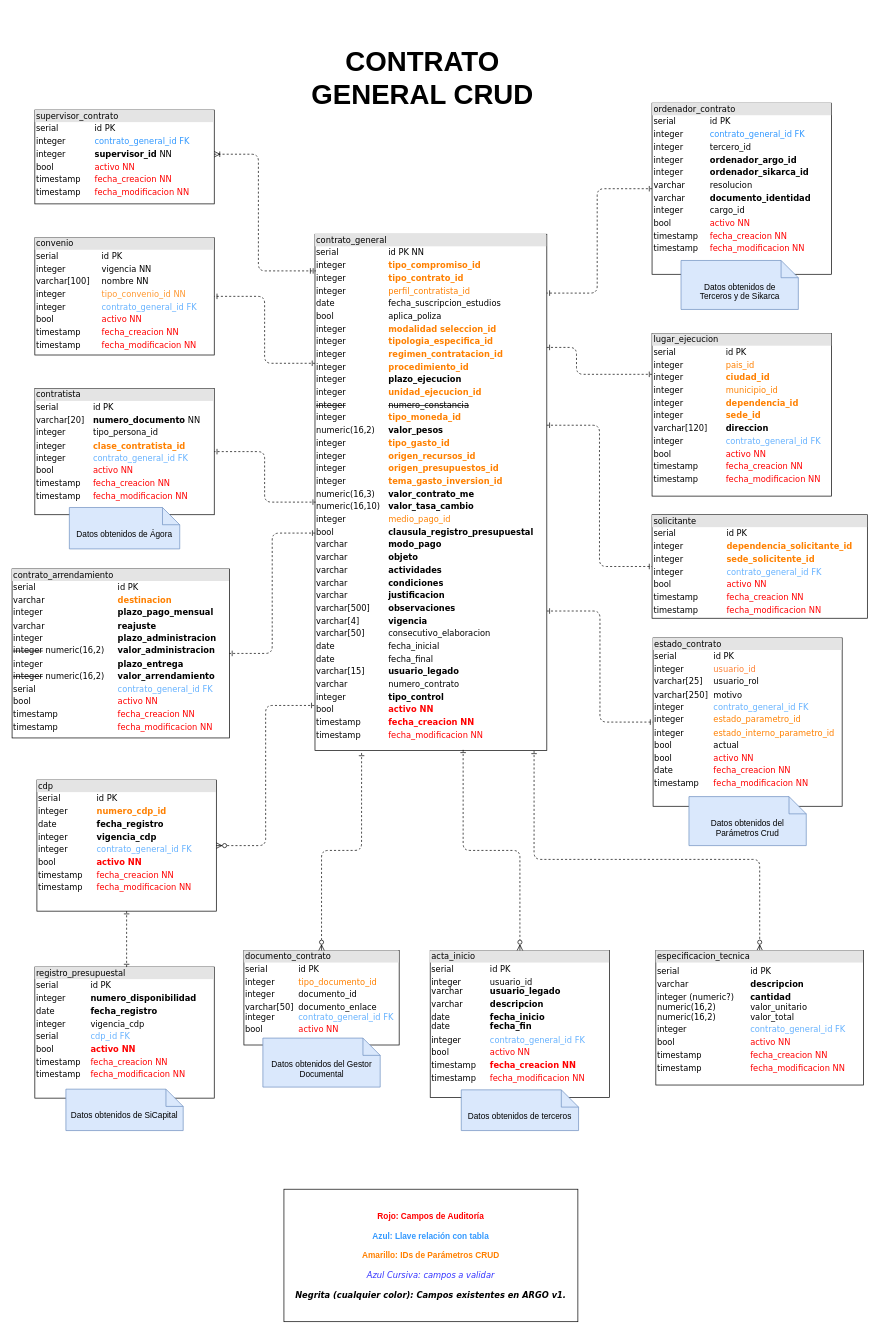
This is modelo-database/modelo-datos-core-argo.drawio from udistrital/gestion_contractual_compras_contrato_crud, a draw.io file, before an edit. Source tidied: cells renumbered, new cells numbered last; positions are measured from the earlier drawing's top-left corner, leaving out a move shared by most shapes. Both pictures are drawn from the tidied source at 69%, with x=0, y=0 at pixel (12, 26).
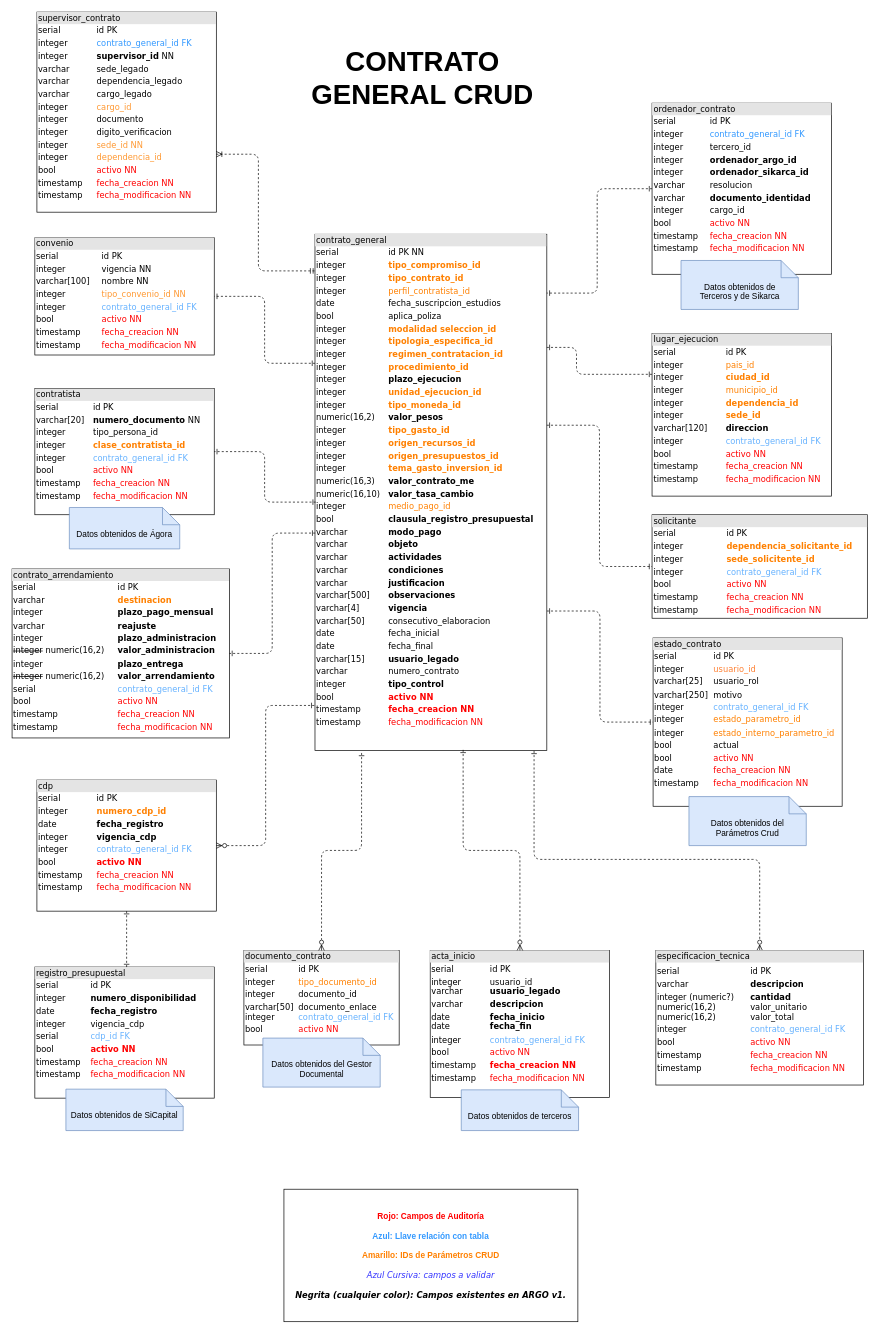
The same diagram, later.

Change to the diagram source:
```diff
@@
-    <mxCell id="4" value="&lt;div style=&quot;box-sizing: border-box ; width: 100% ; background: #e4e4e4 ; padding: 2px&quot;&gt;contrato_general&lt;/div&gt;&lt;table style=&quot;width: 100% ; font-size: 1em&quot; cellpadding=&quot;2&quot; cellspacing=&quot;0&quot;&gt;&lt;tbody&gt;&lt;tr&gt;&lt;td&gt;serial&lt;/td&gt;&lt;td&gt;id PK NN&lt;/td&gt;&lt;/tr&gt;&lt;tr&gt;&lt;td&gt;integer&lt;br&gt;&lt;/td&gt;&lt;td&gt;&lt;font color=&quot;#ff8000&quot;&gt;&lt;b&gt;tipo_compromiso_id&lt;/b&gt;&lt;/font&gt;&lt;/td&gt;&lt;/tr&gt;&lt;tr&gt;&lt;td&gt;integer&lt;br&gt;&lt;/td&gt;&lt;td&gt;&lt;font color=&quot;#ff8000&quot;&gt;&lt;b&gt;tipo_contrato_id&lt;/b&gt;&lt;/font&gt;&lt;/td&gt;&lt;/tr&gt;&lt;tr&gt;&lt;td&gt;integer&lt;br&gt;&lt;/td&gt;&lt;td&gt;&lt;font color=&quot;#ff8000&quot;&gt;perfil_contratista_id&lt;br&gt;&lt;/font&gt;&lt;/td&gt;&lt;/tr&gt;&lt;tr&gt;&lt;td&gt;date&lt;br&gt;&lt;/td&gt;&lt;td&gt;fecha_suscripcion_estudios&amp;nbsp;&lt;br&gt;&lt;/td&gt;&lt;/tr&gt;&lt;tr&gt;&lt;td&gt;bool&lt;br&gt;&lt;/td&gt;&lt;td&gt;aplica_poliza&lt;br&gt;&lt;/td&gt;&lt;/tr&gt;&lt;tr&gt;&lt;td&gt;integer&lt;br&gt;&lt;/td&gt;&lt;td&gt;&lt;font color=&quot;#ff8000&quot;&gt;&lt;b&gt;modalidad seleccion_id&lt;/b&gt;&lt;/font&gt;&lt;/td&gt;&lt;/tr&gt;&lt;tr&gt;&lt;td&gt;integer&lt;br&gt;&lt;/td&gt;&lt;td&gt;&lt;font color=&quot;#ff8000&quot;&gt;&lt;b&gt;tipologia_especifica_id&lt;/b&gt;&lt;/font&gt;&lt;/td&gt;&lt;/tr&gt;&lt;tr&gt;&lt;td&gt;integer&lt;br&gt;&lt;/td&gt;&lt;td&gt;&lt;font color=&quot;#ff8000&quot;&gt;&lt;b&gt;regimen_contratacion_id&lt;/b&gt;&lt;br&gt;&lt;/font&gt;&lt;/td&gt;&lt;/tr&gt;&lt;tr&gt;&lt;td&gt;integer&lt;br&gt;&lt;/td&gt;&lt;td&gt;&lt;font color=&quot;#ff8000&quot;&gt;&lt;b&gt;procedimiento_id&lt;/b&gt;&lt;/font&gt;&lt;/td&gt;&lt;/tr&gt;&lt;tr&gt;&lt;td&gt;integer&lt;br&gt;&lt;/td&gt;&lt;td&gt;&lt;b&gt;plazo_ejecucion&lt;/b&gt;&lt;br&gt;&lt;/td&gt;&lt;/tr&gt;&lt;tr&gt;&lt;td&gt;integer&lt;/td&gt;&lt;td&gt;&lt;font color=&quot;#ff8000&quot;&gt;&lt;b&gt;unidad_ejecucion_id&lt;/b&gt;&lt;br&gt;&lt;/font&gt;&lt;/td&gt;&lt;/tr&gt;&lt;tr&gt;&lt;td&gt;&lt;strike&gt;integer&lt;/strike&gt;&lt;/td&gt;&lt;td&gt;&lt;strike&gt;numero_constancia&lt;/strike&gt;&lt;br&gt;&lt;/td&gt;&lt;/tr&gt;&lt;tr&gt;&lt;td&gt;integer&lt;/td&gt;&lt;td&gt;&lt;span style=&quot;color: rgb(255, 128, 0);&quot;&gt;&lt;b&gt;tipo_moneda_id&lt;/b&gt;&lt;/span&gt;&lt;br&gt;&lt;/td&gt;&lt;/tr&gt;&lt;tr&gt;&lt;td&gt;numeric(16,2)&lt;br&gt;&lt;/td&gt;&lt;td&gt;&lt;b&gt;valor_pesos&lt;/b&gt;&lt;font color=&quot;#ff8000&quot;&gt;&lt;br&gt;&lt;/font&gt;&lt;/td&gt;&lt;/tr&gt;&lt;tr&gt;&lt;td&gt;integer&lt;br&gt;&lt;/td&gt;&lt;td&gt;&lt;span style=&quot;color: rgb(255, 128, 0);&quot;&gt;&lt;b&gt;tipo_gasto_id&lt;/b&gt;&lt;/span&gt;&lt;br&gt;&lt;/td&gt;&lt;/tr&gt;&lt;tr&gt;&lt;td&gt;integer&lt;br&gt;&lt;/td&gt;&lt;td&gt;&lt;span style=&quot;color: rgb(255, 128, 0);&quot;&gt;&lt;b&gt;origen_recursos_id&lt;/b&gt;&lt;/span&gt;&lt;font color=&quot;#ff8000&quot;&gt;&lt;br style=&quot;&quot;&gt;&lt;/font&gt;&lt;/td&gt;&lt;/tr&gt;&lt;tr&gt;&lt;td&gt;integer&lt;br&gt;&lt;/td&gt;&lt;td&gt;&lt;span style=&quot;color: rgb(255, 128, 0);&quot;&gt;&lt;b&gt;origen_presupuestos_id&lt;/b&gt;&lt;/span&gt;&lt;font color=&quot;#ff8000&quot;&gt;&lt;br style=&quot;&quot;&gt;&lt;/font&gt;&lt;/td&gt;&lt;/tr&gt;&lt;tr&gt;&lt;td&gt;integer&lt;br&gt;&lt;/td&gt;&lt;td&gt;&lt;span style=&quot;color: rgb(255, 128, 0);&quot;&gt;&lt;b&gt;tema_gasto_inversion_id&lt;/b&gt;&lt;/span&gt;&lt;font color=&quot;#ff8000&quot;&gt;&lt;br style=&quot;&quot;&gt;&lt;/font&gt;&lt;/td&gt;&lt;/tr&gt;&lt;tr&gt;&lt;td&gt;numeric(16,3)&lt;br&gt;&lt;/td&gt;&lt;td&gt;&lt;b&gt;valor_contrato_me&lt;/b&gt;&lt;font color=&quot;#ff8000&quot;&gt;&lt;br style=&quot;&quot;&gt;&lt;/font&gt;&lt;/td&gt;&lt;/tr&gt;&lt;tr&gt;&lt;td&gt;numeric(16,10)&lt;br&gt;&lt;/td&gt;&lt;td&gt;&lt;b&gt;valor_tasa_cambio&lt;/b&gt;&lt;br&gt;&lt;/td&gt;&lt;/tr&gt;&lt;tr&gt;&lt;td&gt;integer&lt;br&gt;&lt;/td&gt;&lt;td&gt;&lt;span style=&quot;color: rgb(255, 128, 0);&quot;&gt;medio_pago_id&lt;/span&gt;&lt;br&gt;&lt;/td&gt;&lt;/tr&gt;&lt;tr&gt;&lt;td&gt;bool&lt;br&gt;&lt;/td&gt;&lt;td&gt;&lt;b&gt;clausula_registro_presupuestal&lt;/b&gt;&lt;br&gt;&lt;/td&gt;&lt;/tr&gt;&lt;tr&gt;&lt;td&gt;varchar&lt;br&gt;&lt;/td&gt;&lt;td&gt;&lt;b&gt;modo_pago&lt;/b&gt;&lt;br&gt;&lt;/td&gt;&lt;/tr&gt;&lt;tr&gt;&lt;td&gt;varchar&lt;br&gt;&lt;/td&gt;&lt;td&gt;&lt;b&gt;objeto&lt;/b&gt;&lt;br&gt;&lt;/td&gt;&lt;/tr&gt;&lt;tr&gt;&lt;td&gt;varchar&lt;br&gt;&lt;/td&gt;&lt;td&gt;&lt;b&gt;actividades&lt;/b&gt;&lt;br&gt;&lt;/td&gt;&lt;/tr&gt;&lt;tr&gt;&lt;td&gt;varchar&lt;br&gt;&lt;/td&gt;&lt;td&gt;&lt;b&gt;condiciones&lt;/b&gt;&lt;br&gt;&lt;/td&gt;&lt;/tr&gt;&lt;tr&gt;&lt;td&gt;varchar&lt;br&gt;&lt;/td&gt;&lt;td&gt;&lt;b&gt;justificacion&lt;/b&gt;&lt;br&gt;&lt;/td&gt;&lt;/tr&gt;&lt;tr&gt;&lt;td&gt;varchar[500]&lt;br&gt;&lt;/td&gt;&lt;td&gt;&lt;b&gt;observaciones&lt;/b&gt;&lt;br&gt;&lt;/td&gt;&lt;/tr&gt;&lt;tr&gt;&lt;td&gt;varchar[4]&lt;br&gt;&lt;/td&gt;&lt;td&gt;&lt;b&gt;vigencia&lt;/b&gt;&lt;br&gt;&lt;/td&gt;&lt;/tr&gt;&lt;tr&gt;&lt;td&gt;varchar[50]&lt;br&gt;&lt;/td&gt;&lt;td&gt;consecutivo_elaboracion&lt;br&gt;&lt;/td&gt;&lt;/tr&gt;&lt;tr&gt;&lt;td&gt;date&lt;/td&gt;&lt;td&gt;fecha_inicial&lt;br&gt;&lt;/td&gt;&lt;/tr&gt;&lt;tr&gt;&lt;td&gt;date&lt;br&gt;&lt;/td&gt;&lt;td&gt;fecha_final&lt;br&gt;&lt;/td&gt;&lt;/tr&gt;&lt;tr&gt;&lt;td&gt;varchar[15]&lt;br&gt;&lt;/td&gt;&lt;td&gt;&lt;b&gt;usuario_legado&lt;/b&gt;&lt;br&gt;&lt;/td&gt;&lt;/tr&gt;&lt;tr&gt;&lt;td&gt;varchar&lt;/td&gt;&lt;td&gt;numero_contrato&lt;/td&gt;&lt;/tr&gt;&lt;tr&gt;&lt;td&gt;integer&lt;/td&gt;&lt;td&gt;&lt;b style=&quot;&quot;&gt;tipo_control&lt;/b&gt;&lt;/td&gt;&lt;/tr&gt;&lt;tr&gt;&lt;td&gt;bool&lt;br&gt;&lt;/td&gt;&lt;td&gt;&lt;b&gt;&lt;span style=&quot;color: rgb(255, 0, 0);&quot;&gt;activo NN&lt;/span&gt;&lt;br&gt;&lt;/b&gt;&lt;/td&gt;&lt;/tr&gt;&lt;tr&gt;&lt;td&gt;timestamp&lt;br&gt;&lt;/td&gt;&lt;td&gt;&lt;b&gt;&lt;span style=&quot;color: rgb(255, 0, 0);&quot;&gt;fecha_creacion NN&lt;/span&gt;&lt;br style=&quot;color: rgb(255, 0, 0);&quot;&gt;&lt;/b&gt;&lt;/td&gt;&lt;/tr&gt;&lt;tr&gt;&lt;td&gt;timestamp&lt;br&gt;&lt;/td&gt;&lt;td&gt;&lt;span style=&quot;color: rgb(255, 0, 0);&quot;&gt;fecha_modificacion NN&lt;/span&gt;&lt;br style=&quot;color: rgb(255, 0, 0);&quot;&gt;&lt;/td&gt;&lt;/tr&gt;&lt;tr&gt;&lt;td&gt;&lt;br&gt;&lt;/td&gt;&lt;td&gt;&lt;br style=&quot;color: rgb(255, 0, 0);&quot;&gt;&lt;/td&gt;&lt;/tr&gt;&lt;/tbody&gt;&lt;/table&gt;" style="verticalAlign=top;align=left;overflow=fill;html=1;rounded=0;shadow=0;comic=0;labelBackgroundColor=none;strokeWidth=1;fontFamily=Verdana;fontSize=12;" parent="1" vertex="1">
+    <mxCell id="4" value="&lt;div style=&quot;box-sizing: border-box; width: 100%; background: rgb(228, 228, 228); padding: 2px;&quot;&gt;contrato_general&lt;/div&gt;&lt;table style=&quot;width: 100% ; font-size: 1em&quot; cellpadding=&quot;2&quot; cellspacing=&quot;0&quot;&gt;&lt;tbody&gt;&lt;tr&gt;&lt;td&gt;serial&lt;/td&gt;&lt;td&gt;id PK NN&lt;/td&gt;&lt;/tr&gt;&lt;tr&gt;&lt;td&gt;integer&lt;br&gt;&lt;/td&gt;&lt;td&gt;&lt;font color=&quot;#ff8000&quot;&gt;&lt;b&gt;tipo_compromiso_id&lt;/b&gt;&lt;/font&gt;&lt;/td&gt;&lt;/tr&gt;&lt;tr&gt;&lt;td&gt;integer&lt;br&gt;&lt;/td&gt;&lt;td&gt;&lt;font color=&quot;#ff8000&quot;&gt;&lt;b&gt;tipo_contrato_id&lt;/b&gt;&lt;/font&gt;&lt;/td&gt;&lt;/tr&gt;&lt;tr&gt;&lt;td&gt;integer&lt;br&gt;&lt;/td&gt;&lt;td&gt;&lt;font color=&quot;#ff8000&quot;&gt;perfil_contratista_id&lt;br&gt;&lt;/font&gt;&lt;/td&gt;&lt;/tr&gt;&lt;tr&gt;&lt;td&gt;date&lt;br&gt;&lt;/td&gt;&lt;td&gt;fecha_suscripcion_estudios&amp;nbsp;&lt;br&gt;&lt;/td&gt;&lt;/tr&gt;&lt;tr&gt;&lt;td&gt;bool&lt;br&gt;&lt;/td&gt;&lt;td&gt;aplica_poliza&lt;br&gt;&lt;/td&gt;&lt;/tr&gt;&lt;tr&gt;&lt;td&gt;integer&lt;br&gt;&lt;/td&gt;&lt;td&gt;&lt;font color=&quot;#ff8000&quot;&gt;&lt;b&gt;modalidad seleccion_id&lt;/b&gt;&lt;/font&gt;&lt;/td&gt;&lt;/tr&gt;&lt;tr&gt;&lt;td&gt;integer&lt;br&gt;&lt;/td&gt;&lt;td&gt;&lt;font color=&quot;#ff8000&quot;&gt;&lt;b&gt;tipologia_especifica_id&lt;/b&gt;&lt;/font&gt;&lt;/td&gt;&lt;/tr&gt;&lt;tr&gt;&lt;td&gt;integer&lt;br&gt;&lt;/td&gt;&lt;td&gt;&lt;font color=&quot;#ff8000&quot;&gt;&lt;b&gt;regimen_contratacion_id&lt;/b&gt;&lt;br&gt;&lt;/font&gt;&lt;/td&gt;&lt;/tr&gt;&lt;tr&gt;&lt;td&gt;integer&lt;br&gt;&lt;/td&gt;&lt;td&gt;&lt;font color=&quot;#ff8000&quot;&gt;&lt;b&gt;procedimiento_id&lt;/b&gt;&lt;/font&gt;&lt;/td&gt;&lt;/tr&gt;&lt;tr&gt;&lt;td&gt;integer&lt;br&gt;&lt;/td&gt;&lt;td&gt;&lt;b&gt;plazo_ejecucion&lt;/b&gt;&lt;br&gt;&lt;/td&gt;&lt;/tr&gt;&lt;tr&gt;&lt;td&gt;integer&lt;/td&gt;&lt;td&gt;&lt;font color=&quot;#ff8000&quot;&gt;&lt;b&gt;unidad_ejecucion_id&lt;/b&gt;&lt;br&gt;&lt;/font&gt;&lt;/td&gt;&lt;/tr&gt;&lt;tr&gt;&lt;td&gt;integer&lt;/td&gt;&lt;td&gt;&lt;span style=&quot;color: rgb(255, 128, 0);&quot;&gt;&lt;b&gt;tipo_moneda_id&lt;/b&gt;&lt;/span&gt;&lt;br&gt;&lt;/td&gt;&lt;/tr&gt;&lt;tr&gt;&lt;td&gt;numeric(16,2)&lt;br&gt;&lt;/td&gt;&lt;td&gt;&lt;b&gt;valor_pesos&lt;/b&gt;&lt;font color=&quot;#ff8000&quot;&gt;&lt;br&gt;&lt;/font&gt;&lt;/td&gt;&lt;/tr&gt;&lt;tr&gt;&lt;td&gt;integer&lt;br&gt;&lt;/td&gt;&lt;td&gt;&lt;span style=&quot;color: rgb(255, 128, 0);&quot;&gt;&lt;b&gt;tipo_gasto_id&lt;/b&gt;&lt;/span&gt;&lt;br&gt;&lt;/td&gt;&lt;/tr&gt;&lt;tr&gt;&lt;td&gt;integer&lt;br&gt;&lt;/td&gt;&lt;td&gt;&lt;span style=&quot;color: rgb(255, 128, 0);&quot;&gt;&lt;b&gt;origen_recursos_id&lt;/b&gt;&lt;/span&gt;&lt;font color=&quot;#ff8000&quot;&gt;&lt;br style=&quot;&quot;&gt;&lt;/font&gt;&lt;/td&gt;&lt;/tr&gt;&lt;tr&gt;&lt;td&gt;integer&lt;br&gt;&lt;/td&gt;&lt;td&gt;&lt;span style=&quot;color: rgb(255, 128, 0);&quot;&gt;&lt;b&gt;origen_presupuestos_id&lt;/b&gt;&lt;/span&gt;&lt;font color=&quot;#ff8000&quot;&gt;&lt;br style=&quot;&quot;&gt;&lt;/font&gt;&lt;/td&gt;&lt;/tr&gt;&lt;tr&gt;&lt;td&gt;integer&lt;br&gt;&lt;/td&gt;&lt;td&gt;&lt;span style=&quot;color: rgb(255, 128, 0);&quot;&gt;&lt;b&gt;tema_gasto_inversion_id&lt;/b&gt;&lt;/span&gt;&lt;font color=&quot;#ff8000&quot;&gt;&lt;br style=&quot;&quot;&gt;&lt;/font&gt;&lt;/td&gt;&lt;/tr&gt;&lt;tr&gt;&lt;td&gt;numeric(16,3)&lt;br&gt;&lt;/td&gt;&lt;td&gt;&lt;b&gt;valor_contrato_me&lt;/b&gt;&lt;font color=&quot;#ff8000&quot;&gt;&lt;br style=&quot;&quot;&gt;&lt;/font&gt;&lt;/td&gt;&lt;/tr&gt;&lt;tr&gt;&lt;td&gt;numeric(16,10)&lt;br&gt;&lt;/td&gt;&lt;td&gt;&lt;b&gt;valor_tasa_cambio&lt;/b&gt;&lt;br&gt;&lt;/td&gt;&lt;/tr&gt;&lt;tr&gt;&lt;td&gt;integer&lt;br&gt;&lt;/td&gt;&lt;td&gt;&lt;span style=&quot;color: rgb(255, 128, 0);&quot;&gt;medio_pago_id&lt;/span&gt;&lt;br&gt;&lt;/td&gt;&lt;/tr&gt;&lt;tr&gt;&lt;td&gt;bool&lt;br&gt;&lt;/td&gt;&lt;td&gt;&lt;b&gt;clausula_registro_presupuestal&lt;/b&gt;&lt;br&gt;&lt;/td&gt;&lt;/tr&gt;&lt;tr&gt;&lt;td&gt;varchar&lt;br&gt;&lt;/td&gt;&lt;td&gt;&lt;b&gt;modo_pago&lt;/b&gt;&lt;br&gt;&lt;/td&gt;&lt;/tr&gt;&lt;tr&gt;&lt;td&gt;varchar&lt;br&gt;&lt;/td&gt;&lt;td&gt;&lt;b&gt;objeto&lt;/b&gt;&lt;br&gt;&lt;/td&gt;&lt;/tr&gt;&lt;tr&gt;&lt;td&gt;varchar&lt;br&gt;&lt;/td&gt;&lt;td&gt;&lt;b&gt;actividades&lt;/b&gt;&lt;br&gt;&lt;/td&gt;&lt;/tr&gt;&lt;tr&gt;&lt;td&gt;varchar&lt;br&gt;&lt;/td&gt;&lt;td&gt;&lt;b&gt;condiciones&lt;/b&gt;&lt;br&gt;&lt;/td&gt;&lt;/tr&gt;&lt;tr&gt;&lt;td&gt;varchar&lt;br&gt;&lt;/td&gt;&lt;td&gt;&lt;b&gt;justificacion&lt;/b&gt;&lt;br&gt;&lt;/td&gt;&lt;/tr&gt;&lt;tr&gt;&lt;td&gt;varchar[500]&lt;br&gt;&lt;/td&gt;&lt;td&gt;&lt;b&gt;observaciones&lt;/b&gt;&lt;br&gt;&lt;/td&gt;&lt;/tr&gt;&lt;tr&gt;&lt;td&gt;varchar[4]&lt;br&gt;&lt;/td&gt;&lt;td&gt;&lt;b&gt;vigencia&lt;/b&gt;&lt;br&gt;&lt;/td&gt;&lt;/tr&gt;&lt;tr&gt;&lt;td&gt;varchar[50]&lt;br&gt;&lt;/td&gt;&lt;td&gt;consecutivo_elaboracion&lt;br&gt;&lt;/td&gt;&lt;/tr&gt;&lt;tr&gt;&lt;td&gt;date&lt;/td&gt;&lt;td&gt;fecha_inicial&lt;br&gt;&lt;/td&gt;&lt;/tr&gt;&lt;tr&gt;&lt;td&gt;date&lt;br&gt;&lt;/td&gt;&lt;td&gt;fecha_final&lt;br&gt;&lt;/td&gt;&lt;/tr&gt;&lt;tr&gt;&lt;td&gt;varchar[15]&lt;br&gt;&lt;/td&gt;&lt;td&gt;&lt;b&gt;usuario_legado&lt;/b&gt;&lt;br&gt;&lt;/td&gt;&lt;/tr&gt;&lt;tr&gt;&lt;td&gt;varchar&lt;/td&gt;&lt;td&gt;numero_contrato&lt;/td&gt;&lt;/tr&gt;&lt;tr&gt;&lt;td&gt;integer&lt;/td&gt;&lt;td&gt;&lt;b style=&quot;&quot;&gt;tipo_control&lt;/b&gt;&lt;/td&gt;&lt;/tr&gt;&lt;tr&gt;&lt;td&gt;bool&lt;br&gt;&lt;/td&gt;&lt;td&gt;&lt;b&gt;&lt;span style=&quot;color: rgb(255, 0, 0);&quot;&gt;activo NN&lt;/span&gt;&lt;br&gt;&lt;/b&gt;&lt;/td&gt;&lt;/tr&gt;&lt;tr&gt;&lt;td&gt;timestamp&lt;br&gt;&lt;/td&gt;&lt;td&gt;&lt;b&gt;&lt;span style=&quot;color: rgb(255, 0, 0);&quot;&gt;fecha_creacion NN&lt;/span&gt;&lt;br style=&quot;color: rgb(255, 0, 0);&quot;&gt;&lt;/b&gt;&lt;/td&gt;&lt;/tr&gt;&lt;tr&gt;&lt;td&gt;timestamp&lt;br&gt;&lt;/td&gt;&lt;td&gt;&lt;span style=&quot;color: rgb(255, 0, 0);&quot;&gt;fecha_modificacion NN&lt;/span&gt;&lt;br style=&quot;color: rgb(255, 0, 0);&quot;&gt;&lt;/td&gt;&lt;/tr&gt;&lt;tr&gt;&lt;td&gt;&lt;br&gt;&lt;/td&gt;&lt;td&gt;&lt;br style=&quot;color: rgb(255, 0, 0);&quot;&gt;&lt;/td&gt;&lt;/tr&gt;&lt;/tbody&gt;&lt;/table&gt;" style="verticalAlign=top;align=left;overflow=fill;html=1;rounded=0;shadow=0;comic=0;labelBackgroundColor=none;strokeWidth=1;fontFamily=Verdana;fontSize=12;" parent="1" vertex="1">
       <mxGeometry x="439" y="302" width="336" height="748" as="geometry" />
     </mxCell>
@@
-    <mxCell id="23" value="&lt;div style=&quot;box-sizing: border-box ; width: 100% ; background: #e4e4e4 ; padding: 2px&quot;&gt;supervisor_contrato&lt;/div&gt;&lt;table style=&quot;width: 100% ; font-size: 1em&quot; cellpadding=&quot;2&quot; cellspacing=&quot;0&quot;&gt;&lt;tbody&gt;&lt;tr&gt;&lt;td&gt;serial&lt;span style=&quot;white-space: pre;&quot;&gt;&#9;&lt;/span&gt;&lt;/td&gt;&lt;td&gt;id PK&lt;/td&gt;&lt;/tr&gt;&lt;tr&gt;&lt;td&gt;integer&lt;/td&gt;&lt;td&gt;&lt;span style=&quot;color: rgb(51, 153, 255);&quot;&gt;contrato_general_id FK&lt;/span&gt;&lt;br&gt;&lt;/td&gt;&lt;/tr&gt;&lt;tr&gt;&lt;td&gt;integer&lt;/td&gt;&lt;td&gt;&lt;b style=&quot;&quot;&gt;supervisor_id&lt;/b&gt; NN&lt;/td&gt;&lt;/tr&gt;&lt;tr&gt;&lt;td&gt;bool&lt;br&gt;&lt;/td&gt;&lt;td&gt;&lt;font color=&quot;#ff0000&quot;&gt;activo NN&lt;br style=&quot;&quot;&gt;&lt;/font&gt;&lt;/td&gt;&lt;/tr&gt;&lt;tr&gt;&lt;td&gt;timestamp&lt;br&gt;&lt;/td&gt;&lt;td&gt;&lt;font color=&quot;#ff0000&quot;&gt;fecha_creacion NN&lt;/font&gt;&lt;/td&gt;&lt;/tr&gt;&lt;tr&gt;&lt;td&gt;timestamp&lt;/td&gt;&lt;td&gt;&lt;font color=&quot;#ff0000&quot;&gt;fecha_modificacion NN&lt;/font&gt;&lt;br style=&quot;color: rgb(204, 0, 0);&quot;&gt;&lt;/td&gt;&lt;/tr&gt;&lt;/tbody&gt;&lt;/table&gt;" style="verticalAlign=top;align=left;overflow=fill;html=1;rounded=0;shadow=0;comic=0;labelBackgroundColor=none;strokeWidth=1;fontFamily=Verdana;fontSize=12;" parent="1" vertex="1">
-      <mxGeometry x="33" y="122" width="260" height="136" as="geometry" />
+    <mxCell id="23" value="&lt;div style=&quot;box-sizing: border-box; width: 100%; background: rgb(228, 228, 228); padding: 2px;&quot;&gt;supervisor_contrato&lt;/div&gt;&lt;table style=&quot;width: 100% ; font-size: 1em&quot; cellpadding=&quot;2&quot; cellspacing=&quot;0&quot;&gt;&lt;tbody&gt;&lt;tr&gt;&lt;td&gt;serial&lt;span style=&quot;white-space: pre;&quot;&gt;&#9;&lt;/span&gt;&lt;/td&gt;&lt;td&gt;id PK&lt;/td&gt;&lt;/tr&gt;&lt;tr&gt;&lt;td&gt;integer&lt;/td&gt;&lt;td&gt;&lt;span style=&quot;color: rgb(51, 153, 255);&quot;&gt;contrato_general_id FK&lt;/span&gt;&lt;br&gt;&lt;/td&gt;&lt;/tr&gt;&lt;tr&gt;&lt;td&gt;integer&lt;/td&gt;&lt;td&gt;&lt;b style=&quot;&quot;&gt;supervisor_id&lt;/b&gt; NN&lt;/td&gt;&lt;/tr&gt;&lt;tr&gt;&lt;td&gt;varchar&lt;/td&gt;&lt;td&gt;sede_legado&lt;/td&gt;&lt;/tr&gt;&lt;tr&gt;&lt;td&gt;varchar&lt;/td&gt;&lt;td&gt;dependencia_legado&lt;/td&gt;&lt;/tr&gt;&lt;tr&gt;&lt;td&gt;varchar&lt;/td&gt;&lt;td&gt;cargo_legado&lt;/td&gt;&lt;/tr&gt;&lt;tr&gt;&lt;td&gt;integer&lt;/td&gt;&lt;td&gt;&lt;font style=&quot;color: rgb(255, 153, 51);&quot;&gt;cargo_id&lt;/font&gt;&lt;/td&gt;&lt;/tr&gt;&lt;tr&gt;&lt;td&gt;integer&lt;/td&gt;&lt;td&gt;documento&lt;/td&gt;&lt;/tr&gt;&lt;tr&gt;&lt;td&gt;integer&lt;/td&gt;&lt;td&gt;digito_verificacion&lt;/td&gt;&lt;/tr&gt;&lt;tr&gt;&lt;td&gt;integer&lt;/td&gt;&lt;td&gt;&lt;font style=&quot;color: rgb(255, 153, 51);&quot;&gt;sede_id NN&lt;/font&gt;&lt;/td&gt;&lt;/tr&gt;&lt;tr&gt;&lt;td&gt;integer&lt;/td&gt;&lt;td&gt;&lt;font style=&quot;color: rgb(255, 153, 51);&quot;&gt;dependencia_id&lt;/font&gt;&lt;/td&gt;&lt;/tr&gt;&lt;tr&gt;&lt;td&gt;bool&lt;br&gt;&lt;/td&gt;&lt;td&gt;&lt;font color=&quot;#ff0000&quot;&gt;activo NN&lt;br style=&quot;&quot;&gt;&lt;/font&gt;&lt;/td&gt;&lt;/tr&gt;&lt;tr&gt;&lt;td&gt;timestamp&lt;br&gt;&lt;/td&gt;&lt;td&gt;&lt;font color=&quot;#ff0000&quot;&gt;fecha_creacion NN&lt;/font&gt;&lt;/td&gt;&lt;/tr&gt;&lt;tr&gt;&lt;td&gt;timestamp&lt;/td&gt;&lt;td&gt;&lt;font color=&quot;#ff0000&quot;&gt;fecha_modificacion NN&lt;/font&gt;&lt;br style=&quot;color: rgb(204, 0, 0);&quot;&gt;&lt;/td&gt;&lt;/tr&gt;&lt;/tbody&gt;&lt;/table&gt;" style="verticalAlign=top;align=left;overflow=fill;html=1;rounded=0;shadow=0;comic=0;labelBackgroundColor=none;strokeWidth=1;fontFamily=Verdana;fontSize=12;" parent="1" vertex="1">
+      <mxGeometry x="36" y="-20" width="260" height="290" as="geometry" />
     </mxCell>
```
